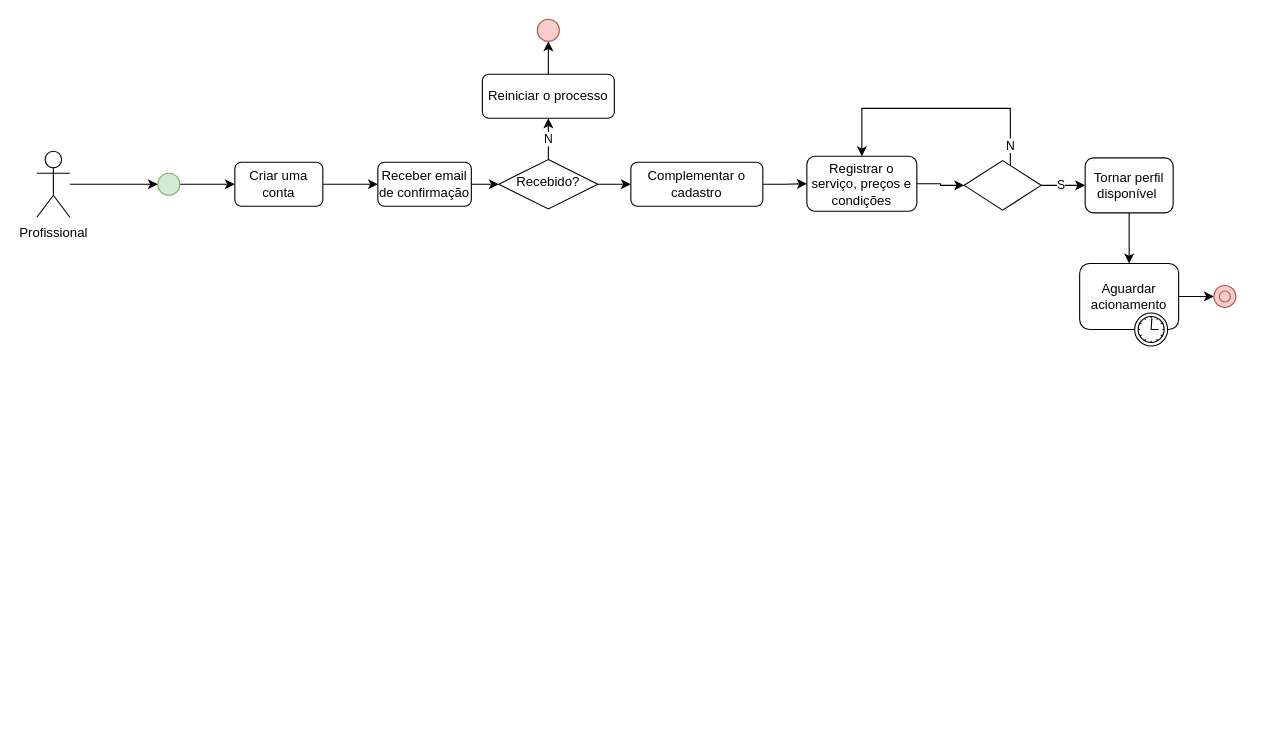
Earlier version of the draw.io diagram Untitled Diagram.drawio (lucypbraz-projetcs/Pos). Source tidied: cells renumbered, new cells numbered last; positions are measured from the earlier drawing's top-left corner, leaving out a move shared by most shapes. Both pictures are drawn from the tidied source at 110%, with x=0, y=0 at pixel (36, 19).
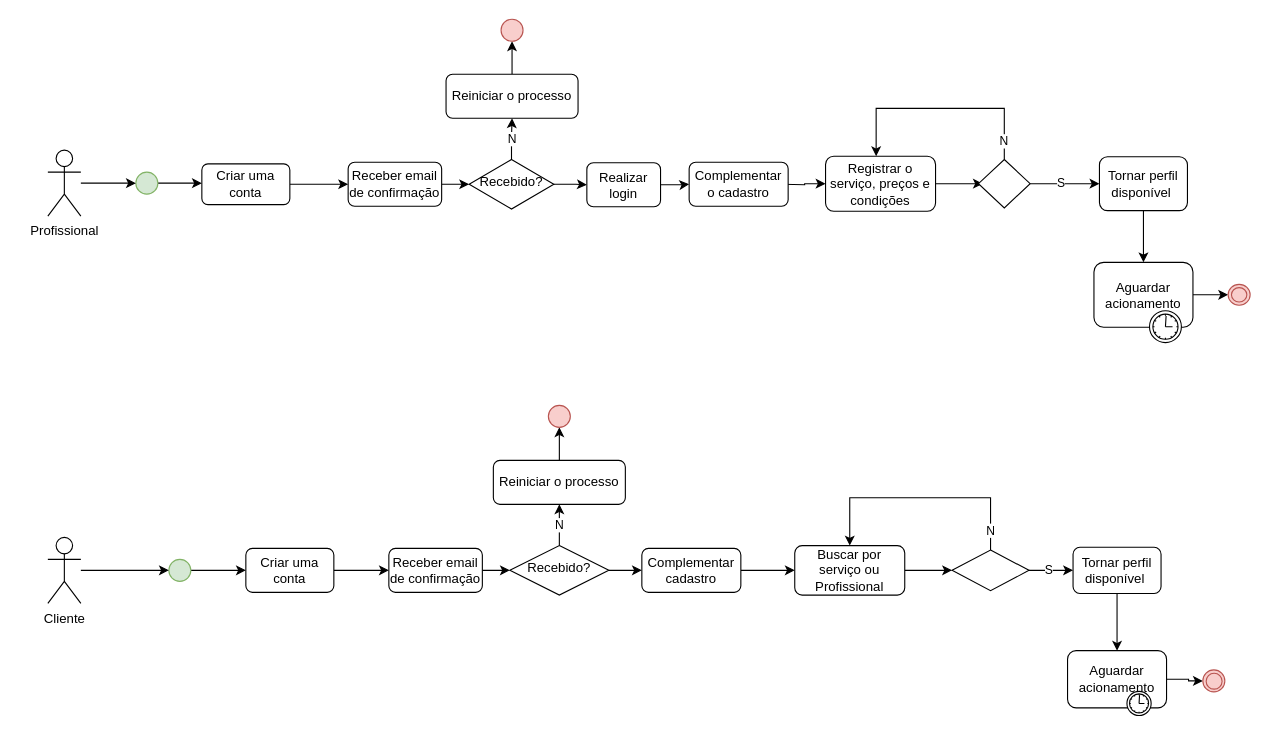
After the change.

What changed in the source:
```diff
@@
     <mxCell id="3" value="Criar uma conta" style="rounded=1;whiteSpace=wrap;html=1;fontSize=12;glass=0;strokeWidth=1;shadow=0;" parent="1" vertex="1">
-      <mxGeometry x="180" y="130" width="80" height="40" as="geometry" />
+      <mxGeometry x="150" y="131.5" width="80" height="37" as="geometry" />
     </mxCell>
@@
-    <mxCell id="5" style="edgeStyle=orthogonalEdgeStyle;rounded=0;jettySize=auto;html=1;" parent="1" edge="1" source="6" target="12">
-      <mxGeometry relative="1" as="geometry" />
-    </mxCell>
+    <mxCell id="32" style="edgeStyle=orthogonalEdgeStyle;rounded=0;jettySize=auto;html=1;" parent="1" edge="1" source="6" target="64">
+      <mxGeometry relative="1" as="geometry" />
+    </mxCell>
     <mxCell id="6" value="Recebido?" style="rhombus;whiteSpace=wrap;html=1;shadow=0;fontFamily=Helvetica;fontSize=12;align=center;strokeWidth=1;spacing=6;spacingTop=-4;" parent="1" vertex="1">
-      <mxGeometry x="420" y="127.5" width="90" height="45" as="geometry" />
+      <mxGeometry x="393" y="127.5" width="77" height="45" as="geometry" />
     </mxCell>
@@
     <mxCell id="8" value="Reiniciar o processo" style="rounded=1;whiteSpace=wrap;html=1;fontSize=12;glass=0;strokeWidth=1;shadow=0;" parent="1" vertex="1">
-      <mxGeometry x="405" y="50" width="120" height="40" as="geometry" />
+      <mxGeometry x="372" y="50" width="120" height="40" as="geometry" />
     </mxCell>
@@
     <mxCell id="10" value="Receber email de confirmação" style="rounded=1;whiteSpace=wrap;html=1;fontSize=12;glass=0;strokeWidth=1;shadow=0;" parent="1" vertex="1">
-      <mxGeometry x="310" y="130" width="85" height="40" as="geometry" />
+      <mxGeometry x="283" y="130" width="85" height="40" as="geometry" />
     </mxCell>
-    <mxCell id="11" style="edgeStyle=orthogonalEdgeStyle;rounded=0;jettySize=auto;html=1;entryX=0;entryY=0.5;entryDx=0;entryDy=0;" parent="1" edge="1" source="12" target="18">
-      <mxGeometry relative="1" as="geometry" />
+    <mxCell id="11" style="edgeStyle=orthogonalEdgeStyle;rounded=0;jettySize=auto;html=1;entryX=0;entryY=0.5;entryDx=0;entryDy=0;" parent="1" edge="1" target="18">
+      <mxGeometry relative="1" as="geometry">
+        <mxPoint x="677" y="150" as="sourcePoint" />
+      </mxGeometry>
     </mxCell>
     <mxCell id="12" value="Complementar o cadastro" style="rounded=1;whiteSpace=wrap;html=1;fontSize=12;glass=0;strokeWidth=1;shadow=0;" parent="1" vertex="1">
-      <mxGeometry x="540" y="130" width="120" height="40" as="geometry" />
+      <mxGeometry x="593" y="130" width="90" height="40" as="geometry" />
     </mxCell>
     <mxCell id="13" style="edgeStyle=orthogonalEdgeStyle;rounded=0;jettySize=auto;html=1;" parent="1" edge="1" source="14">
       <mxGeometry relative="1" as="geometry">
-        <mxPoint x="180" y="150" as="targetPoint" />
+        <mxPoint x="150" y="149" as="targetPoint" />
       </mxGeometry>
     </mxCell>
     <mxCell id="14" style="ellipse;whiteSpace=wrap;html=1;fillColor=#d5e8d4;strokeColor=#82b366;" parent="1" vertex="1">
-      <mxGeometry x="110" y="140" width="20" height="20" as="geometry" />
+      <mxGeometry x="90" y="139" width="20" height="20" as="geometry" />
     </mxCell>
@@
     <mxCell id="16" value="Profissional" style="shape=umlActor;verticalLabelPosition=bottom;labelBackgroundColor=#ffffff;verticalAlign=top;html=1;outlineConnect=0;" parent="1" vertex="1">
-      <mxGeometry y="120" width="30" height="60" as="geometry" />
+      <mxGeometry x="10" y="119" width="30" height="60" as="geometry" />
     </mxCell>
-    <mxCell id="17" style="edgeStyle=orthogonalEdgeStyle;rounded=0;jettySize=auto;html=1;entryX=0;entryY=0.5;entryDx=0;entryDy=0;" parent="1" edge="1" source="18" target="29">
-      <mxGeometry relative="1" as="geometry" />
+    <mxCell id="17" style="edgeStyle=orthogonalEdgeStyle;rounded=0;jettySize=auto;html=1;entryX=0;entryY=0.5;entryDx=0;entryDy=0;" parent="1" edge="1" source="18">
+      <mxGeometry relative="1" as="geometry">
+        <mxPoint x="860" y="149.5" as="targetPoint" />
+      </mxGeometry>
     </mxCell>
     <mxCell id="18" value="Registrar o serviço, preços e condições" style="rounded=1;whiteSpace=wrap;html=1;" parent="1" vertex="1">
-      <mxGeometry x="700" y="124.5" width="100" height="50" as="geometry" />
+      <mxGeometry x="717" y="124.5" width="100" height="50" as="geometry" />
     </mxCell>
     <mxCell id="19" style="ellipse;whiteSpace=wrap;html=1;fillColor=#f8cecc;strokeColor=#b85450;" parent="1" vertex="1">
-      <mxGeometry x="455" width="20" height="20" as="geometry" />
+      <mxGeometry x="422" width="20" height="20" as="geometry" />
     </mxCell>
@@
     <mxCell id="21" value="Aguardar acionamento" style="html=1;whiteSpace=wrap;rounded=1;" parent="1" vertex="1">
-      <mxGeometry x="948" y="222" width="90" height="60" as="geometry" />
+      <mxGeometry x="961" y="221" width="90" height="59" as="geometry" />
     </mxCell>
     <mxCell id="22" style="shape=mxgraph.bpmn.timer_start;perimeter=ellipsePerimeter;html=1;verticalLabelPosition=bottom;labelBackgroundColor=#ffffff;verticalAlign=top;" parent="21" vertex="1">
-      <mxGeometry x="1" y="1" width="30" height="30" relative="1" as="geometry">
+      <mxGeometry x="1" y="1" width="30" height="29" relative="1" as="geometry">
         <mxPoint x="-40" y="-15" as="offset" />
       </mxGeometry>
     </mxCell>
@@
     <mxCell id="24" value="Tornar perfil disponível&amp;nbsp;" style="rounded=1;whiteSpace=wrap;html=1;" parent="1" vertex="1">
-      <mxGeometry x="953" y="126" width="80" height="50" as="geometry" />
+      <mxGeometry x="966" y="125" width="80" height="49" as="geometry" />
     </mxCell>
@@
-    <mxCell id="27" style="edgeStyle=orthogonalEdgeStyle;rounded=0;jettySize=auto;html=1;" parent="1" edge="1" source="29" target="18">
+    <mxCell id="27" style="edgeStyle=orthogonalEdgeStyle;rounded=0;jettySize=auto;html=1;exitX=0.5;exitY=0;exitDx=0;exitDy=0;" parent="1" edge="1" source="29" target="18">
       <mxGeometry relative="1" as="geometry">
         <Array as="points">
-          <mxPoint x="885" y="81" />
-          <mxPoint x="750" y="81" />
+          <mxPoint x="879" y="81" />
+          <mxPoint x="763" y="81" />
         </Array>
       </mxGeometry>
     </mxCell>
@@
     <mxCell id="29" style="rhombus;whiteSpace=wrap;html=1;shadow=0;fontFamily=Helvetica;fontSize=12;align=center;strokeWidth=1;spacing=6;spacingTop=-4;" parent="1" vertex="1">
-      <mxGeometry x="843" y="128.5" width="70" height="45" as="geometry" />
+      <mxGeometry x="856" y="127.5" width="47" height="44" as="geometry" />
     </mxCell>
     <mxCell id="30" style="ellipse;whiteSpace=wrap;html=1;fillColor=#f8cecc;strokeColor=#b85450;" parent="1" vertex="1">
-      <mxGeometry x="1070" y="242" width="20" height="20" as="geometry" />
+      <mxGeometry x="1083" y="241" width="20" height="19" as="geometry" />
     </mxCell>
     <mxCell id="31" style="ellipse;whiteSpace=wrap;html=1;fillColor=#f8cecc;strokeColor=#b85450;" parent="1" vertex="1">
-      <mxGeometry x="1075" y="247" width="10" height="10" as="geometry" />
+      <mxGeometry x="1086" y="244" width="14" height="13" as="geometry" />
     </mxCell>
+    <mxCell id="33" style="edgeStyle=orthogonalEdgeStyle;rounded=0;jettySize=auto;html=1;entryX=0;entryY=0.5;entryDx=0;entryDy=0;" parent="1" edge="1" source="34" target="41">
+      <mxGeometry relative="1" as="geometry" />
+    </mxCell>
+    <mxCell id="34" value="Criar uma conta" style="rounded=1;whiteSpace=wrap;html=1;fontSize=12;glass=0;strokeWidth=1;shadow=0;" parent="1" vertex="1">
+      <mxGeometry x="190" y="481" width="80" height="40" as="geometry" />
+    </mxCell>
+    <mxCell id="35" value="N" style="edgeStyle=orthogonalEdgeStyle;rounded=0;jettySize=auto;html=1;" parent="1" edge="1" source="37" target="39">
+      <mxGeometry relative="1" as="geometry" />
+    </mxCell>
+    <mxCell id="36" style="edgeStyle=orthogonalEdgeStyle;rounded=0;jettySize=auto;html=1;" parent="1" edge="1" source="37" target="43">
+      <mxGeometry relative="1" as="geometry" />
+    </mxCell>
+    <mxCell id="37" value="Recebido?" style="rhombus;whiteSpace=wrap;html=1;shadow=0;fontFamily=Helvetica;fontSize=12;align=center;strokeWidth=1;spacing=6;spacingTop=-4;" parent="1" vertex="1">
+      <mxGeometry x="430" y="478.5" width="90" height="45" as="geometry" />
+    </mxCell>
+    <mxCell id="38" style="edgeStyle=orthogonalEdgeStyle;rounded=0;jettySize=auto;html=1;" parent="1" edge="1" source="39" target="50">
+      <mxGeometry relative="1" as="geometry" />
+    </mxCell>
+    <mxCell id="39" value="Reiniciar o processo" style="rounded=1;whiteSpace=wrap;html=1;fontSize=12;glass=0;strokeWidth=1;shadow=0;" parent="1" vertex="1">
+      <mxGeometry x="415" y="401" width="120" height="40" as="geometry" />
+    </mxCell>
+    <mxCell id="40" style="edgeStyle=orthogonalEdgeStyle;rounded=0;jettySize=auto;html=1;entryX=0;entryY=0.5;entryDx=0;entryDy=0;" parent="1" edge="1" source="41" target="37">
+      <mxGeometry relative="1" as="geometry" />
+    </mxCell>
+    <mxCell id="41" value="Receber email de confirmação" style="rounded=1;whiteSpace=wrap;html=1;fontSize=12;glass=0;strokeWidth=1;shadow=0;" parent="1" vertex="1">
+      <mxGeometry x="320" y="481" width="85" height="40" as="geometry" />
+    </mxCell>
+    <mxCell id="42" style="edgeStyle=orthogonalEdgeStyle;rounded=0;jettySize=auto;html=1;entryX=0;entryY=0.5;entryDx=0;entryDy=0;" parent="1" edge="1" source="43" target="49">
+      <mxGeometry relative="1" as="geometry" />
+    </mxCell>
+    <mxCell id="43" value="Complementar cadastro" style="rounded=1;whiteSpace=wrap;html=1;fontSize=12;glass=0;strokeWidth=1;shadow=0;" parent="1" vertex="1">
+      <mxGeometry x="550" y="481" width="90" height="40" as="geometry" />
+    </mxCell>
+    <mxCell id="44" style="edgeStyle=orthogonalEdgeStyle;rounded=0;jettySize=auto;html=1;" parent="1" edge="1" source="45">
+      <mxGeometry relative="1" as="geometry">
+        <mxPoint x="190" y="501" as="targetPoint" />
+      </mxGeometry>
+    </mxCell>
+    <mxCell id="45" style="ellipse;whiteSpace=wrap;html=1;fillColor=#d5e8d4;strokeColor=#82b366;" parent="1" vertex="1">
+      <mxGeometry x="120" y="491" width="20" height="20" as="geometry" />
+    </mxCell>
+    <mxCell id="46" style="edgeStyle=orthogonalEdgeStyle;rounded=0;jettySize=auto;html=1;" parent="1" edge="1" source="47" target="45">
+      <mxGeometry relative="1" as="geometry" />
+    </mxCell>
+    <mxCell id="47" value="Cliente" style="shape=umlActor;verticalLabelPosition=bottom;labelBackgroundColor=#ffffff;verticalAlign=top;html=1;outlineConnect=0;" parent="1" vertex="1">
+      <mxGeometry x="10" y="471" width="30" height="60" as="geometry" />
+    </mxCell>
+    <mxCell id="48" style="edgeStyle=orthogonalEdgeStyle;rounded=0;jettySize=auto;html=1;entryX=0;entryY=0.5;entryDx=0;entryDy=0;" parent="1" edge="1" source="49" target="60">
+      <mxGeometry relative="1" as="geometry" />
+    </mxCell>
+    <mxCell id="49" value="Buscar por serviço ou Profissional" style="rounded=1;whiteSpace=wrap;html=1;" parent="1" vertex="1">
+      <mxGeometry x="689" y="478.5" width="100" height="45" as="geometry" />
+    </mxCell>
+    <mxCell id="50" style="ellipse;whiteSpace=wrap;html=1;fillColor=#f8cecc;strokeColor=#b85450;" parent="1" vertex="1">
+      <mxGeometry x="465" y="351" width="20" height="20" as="geometry" />
+    </mxCell>
+    <mxCell id="51" style="edgeStyle=orthogonalEdgeStyle;rounded=0;jettySize=auto;html=1;entryX=0;entryY=0.5;entryDx=0;entryDy=0;" parent="1" edge="1" source="52" target="61">
+      <mxGeometry relative="1" as="geometry" />
+    </mxCell>
+    <mxCell id="52" value="Aguardar acionamento" style="html=1;whiteSpace=wrap;rounded=1;" parent="1" vertex="1">
+      <mxGeometry x="937" y="574" width="90" height="52" as="geometry" />
+    </mxCell>
+    <mxCell id="53" style="shape=mxgraph.bpmn.timer_start;perimeter=ellipsePerimeter;html=1;verticalLabelPosition=bottom;labelBackgroundColor=#ffffff;verticalAlign=top;" parent="52" vertex="1">
+      <mxGeometry x="1" y="1" width="30" height="22" relative="1" as="geometry">
+        <mxPoint x="-40" y="-15" as="offset" />
+      </mxGeometry>
+    </mxCell>
+    <mxCell id="54" style="edgeStyle=orthogonalEdgeStyle;rounded=0;jettySize=auto;html=1;" parent="1" edge="1" source="55" target="52">
+      <mxGeometry relative="1" as="geometry" />
+    </mxCell>
+    <mxCell id="55" value="Tornar perfil disponível&amp;nbsp;" style="rounded=1;whiteSpace=wrap;html=1;" parent="1" vertex="1">
+      <mxGeometry x="942" y="480" width="80" height="42" as="geometry" />
+    </mxCell>
+    <mxCell id="56" style="edgeStyle=orthogonalEdgeStyle;rounded=0;jettySize=auto;html=1;entryX=0;entryY=0.5;entryDx=0;entryDy=0;" parent="1" edge="1" source="60" target="55">
+      <mxGeometry relative="1" as="geometry" />
+    </mxCell>
+    <mxCell id="57" value="S" style="edgeLabel;html=1;align=center;verticalAlign=middle;" parent="56" vertex="1">
+      <mxGeometry x="-0.15" y="1" relative="1" as="geometry" />
+    </mxCell>
+    <mxCell id="58" style="edgeStyle=orthogonalEdgeStyle;rounded=0;jettySize=auto;html=1;exitX=0.5;exitY=0;exitDx=0;exitDy=0;" parent="1" edge="1" source="60" target="49">
+      <mxGeometry relative="1" as="geometry">
+        <Array as="points">
+          <mxPoint x="867" y="435" />
+          <mxPoint x="739" y="435" />
+        </Array>
+      </mxGeometry>
+    </mxCell>
+    <mxCell id="59" value="N" style="edgeLabel;html=1;align=center;verticalAlign=middle;" parent="58" vertex="1">
+      <mxGeometry x="-0.83" y="1" relative="1" as="geometry">
+        <mxPoint y="1" as="offset" />
+      </mxGeometry>
+    </mxCell>
+    <mxCell id="60" style="rhombus;whiteSpace=wrap;html=1;shadow=0;fontFamily=Helvetica;fontSize=12;align=center;strokeWidth=1;spacing=6;spacingTop=-4;" parent="1" vertex="1">
+      <mxGeometry x="832" y="482.5" width="70" height="37" as="geometry" />
+    </mxCell>
+    <mxCell id="61" style="ellipse;whiteSpace=wrap;html=1;fillColor=#f8cecc;strokeColor=#b85450;" parent="1" vertex="1">
+      <mxGeometry x="1060" y="591.5" width="20" height="20" as="geometry" />
+    </mxCell>
+    <mxCell id="62" style="ellipse;whiteSpace=wrap;html=1;fillColor=#f8cecc;strokeColor=#b85450;" parent="1" vertex="1">
+      <mxGeometry x="1063" y="594.5" width="14.5" height="14.5" as="geometry" />
+    </mxCell>
+    <mxCell id="63" style="edgeStyle=orthogonalEdgeStyle;rounded=0;jettySize=auto;html=1;" parent="1" edge="1" source="64" target="12">
+      <mxGeometry relative="1" as="geometry" />
+    </mxCell>
+    <mxCell id="64" value="Realizar login" style="rounded=1;whiteSpace=wrap;html=1;fontSize=12;glass=0;strokeWidth=1;shadow=0;" parent="1" vertex="1">
+      <mxGeometry x="500" y="130.5" width="67" height="40" as="geometry" />
+    </mxCell>
```
